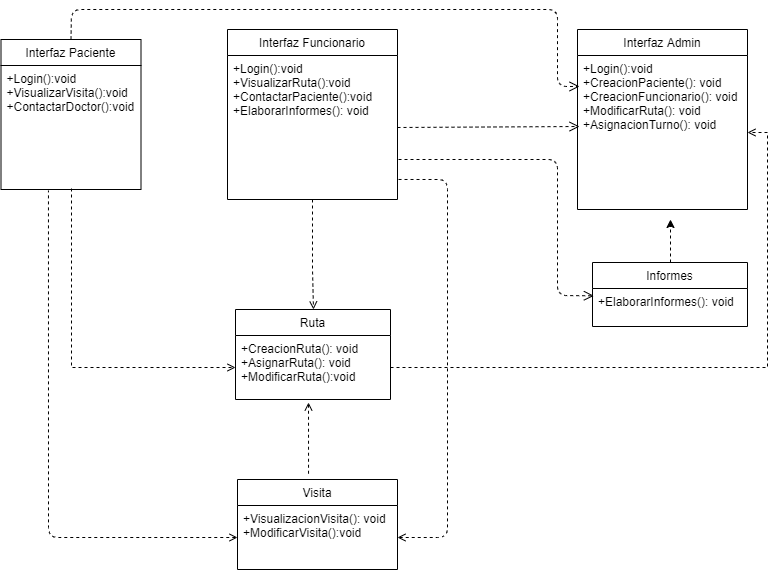
The draw.io diagram Diagramas de clase/DiagramaCompleto.png in DanSotoC/G4HD, before a commit. Source tidied: cells renumbered, new cells last; positions are measured from the earlier drawing's top-left corner, leaving out a move shared by most shapes.
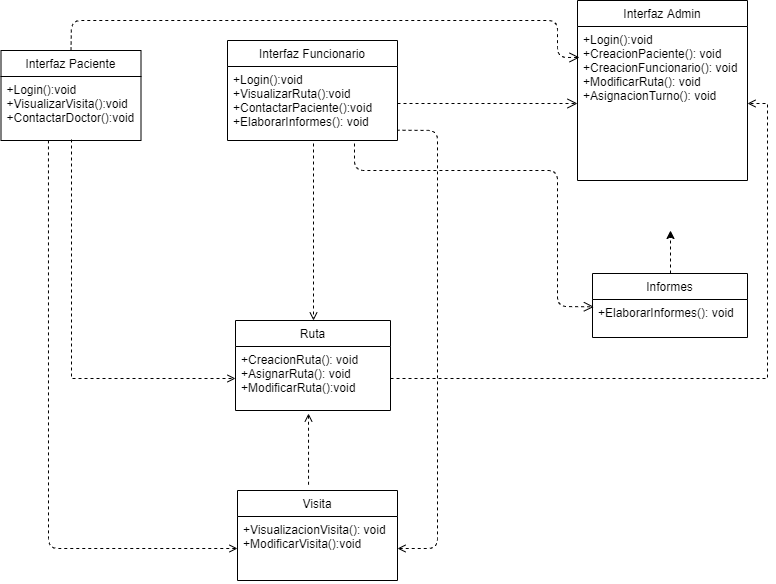
Above is the later version.

The edit, as a diff of the source:
```diff
@@ -3,10 +3,10 @@
     <mxCell id="0" />
     <mxCell id="1" parent="0" />
     <mxCell id="2" value="Interfaz Funcionario" style="swimlane;fontStyle=0;horizontal=1;startSize=26;fillColor=none;" parent="1" vertex="1">
-      <mxGeometry x="226" y="20" width="170" height="170" as="geometry" />
+      <mxGeometry x="226" y="20" width="170" height="100" as="geometry" />
     </mxCell>
     <mxCell id="3" value="+Login():void&#10;+VisualizarRuta():void&#10;+ContactarPaciente():void&#10;+ElaborarInformes(): void" style="text;strokeColor=none;fillColor=none;align=left;verticalAlign=top;spacingLeft=4;spacingRight=4;overflow=hidden;points=[[0,0.5],[1,0.5]];portConstraint=eastwest;" parent="2" vertex="1">
-      <mxGeometry y="26" width="170" height="144" as="geometry" />
+      <mxGeometry y="26" width="170" height="74" as="geometry" />
     </mxCell>
     <mxCell id="4" style="edgeStyle=orthogonalEdgeStyle;rounded=0;jettySize=auto;html=1;exitX=0.5;exitY=0;exitDx=0;exitDy=0;dashed=1;" parent="1" edge="1" source="5">
       <mxGeometry relative="1" as="geometry">
@@ -19,45 +19,44 @@
     <mxCell id="6" value="+ElaborarInformes(): void" style="text;strokeColor=none;fillColor=none;align=left;verticalAlign=top;spacingLeft=4;spacingRight=4;overflow=hidden;points=[[0,0.5],[1,0.5]];portConstraint=eastwest;" parent="5" vertex="1">
       <mxGeometry y="26" width="155" height="38" as="geometry" />
     </mxCell>
-    <mxCell id="7" style="html=1;verticalAlign=bottom;endArrow=open;dashed=1;endSize=8;exitX=1;exitY=0.5;exitDx=0;exitDy=0;entryX=0.012;entryY=0.461;entryDx=0;entryDy=0;entryPerimeter=0;" parent="1" edge="1" source="3" target="9">
+    <mxCell id="7" style="html=1;verticalAlign=bottom;endArrow=open;dashed=1;endSize=8;exitX=1;exitY=0.5;exitDx=0;exitDy=0;entryX=0;entryY=0.5;entryDx=0;entryDy=0;" parent="1" edge="1" source="3" target="9">
       <mxGeometry relative="1" as="geometry" />
     </mxCell>
     <mxCell id="8" value="&#10;Interfaz Admin&#10;" style="swimlane;fontStyle=0;horizontal=1;startSize=26;fillColor=none;" parent="1" vertex="1">
-      <mxGeometry x="576" y="20" width="170" height="180" as="geometry" />
+      <mxGeometry x="576" y="-20" width="170" height="180" as="geometry" />
     </mxCell>
     <mxCell id="9" value="+Login():void&#10;+CreacionPaciente(): void&#10;+CreacionFuncionario(): void&#10;+ModificarRuta(): void&#10;+AsignacionTurno(): void" style="text;strokeColor=none;fillColor=none;align=left;verticalAlign=top;spacingLeft=4;spacingRight=4;overflow=hidden;points=[[0,0.5],[1,0.5]];portConstraint=eastwest;" parent="8" vertex="1">
       <mxGeometry y="26" width="170" height="154" as="geometry" />
     </mxCell>
     <mxCell id="10" value="Interfaz Paciente" style="swimlane;fontStyle=0;horizontal=1;startSize=26;fillColor=none;" parent="1" vertex="1">
-      <mxGeometry x="-0.5" y="30" width="140" height="150" as="geometry" />
+      <mxGeometry x="-0.5" y="30" width="140" height="90" as="geometry" />
     </mxCell>
     <mxCell id="11" value="+Login():void&#10;+VisualizarVisita():void&#10;+ContactarDoctor():void" style="text;strokeColor=none;fillColor=none;align=left;verticalAlign=top;spacingLeft=4;spacingRight=4;overflow=hidden;points=[[0,0.5],[1,0.5]];portConstraint=eastwest;" parent="10" vertex="1">
-      <mxGeometry y="26" width="140" height="124" as="geometry" />
+      <mxGeometry y="26" width="140" height="64" as="geometry" />
     </mxCell>
     <mxCell id="12" style="html=1;verticalAlign=bottom;endArrow=open;dashed=1;endSize=8;exitX=0.5;exitY=0;exitDx=0;exitDy=0;entryX=0.012;entryY=0.201;entryDx=0;entryDy=0;entryPerimeter=0;" parent="1" edge="1" source="10" target="9">
       <mxGeometry relative="1" as="geometry">
         <Array as="points">
           <mxPoint x="70" />
           <mxPoint x="556" />
-          <mxPoint x="556" y="77" />
+          <mxPoint x="556" y="37" />
         </Array>
       </mxGeometry>
     </mxCell>
-    <mxCell id="13" style="html=1;verticalAlign=bottom;endArrow=open;dashed=1;endSize=8;entryX=0.009;entryY=0.193;entryDx=0;entryDy=0;entryPerimeter=0;" parent="1" edge="1" target="6">
+    <mxCell id="13" style="html=1;verticalAlign=bottom;endArrow=open;dashed=1;endSize=8;entryX=0.009;entryY=0.193;entryDx=0;entryDy=0;entryPerimeter=0;exitX=0.747;exitY=1.041;exitDx=0;exitDy=0;exitPerimeter=0;" parent="1" edge="1" source="3" target="6">
       <mxGeometry relative="1" as="geometry">
-        <mxPoint x="397" y="150" as="sourcePoint" />
         <Array as="points">
+          <mxPoint x="353" y="150" />
           <mxPoint x="556" y="150" />
           <mxPoint x="556" y="286" />
         </Array>
       </mxGeometry>
     </mxCell>
-    <mxCell id="14" style="edgeStyle=orthogonalEdgeStyle;rounded=0;jettySize=auto;html=1;dashed=1;endArrow=open;endFill=0;entryX=0.5;entryY=0;entryDx=0;entryDy=0;" parent="1" edge="1" target="15">
+    <mxCell id="14" style="edgeStyle=orthogonalEdgeStyle;rounded=0;jettySize=auto;html=1;dashed=1;endArrow=open;endFill=0;entryX=0.5;entryY=0;entryDx=0;entryDy=0;exitX=0.506;exitY=1.041;exitDx=0;exitDy=0;exitPerimeter=0;" parent="1" edge="1" source="3" target="15">
       <mxGeometry relative="1" as="geometry">
-        <mxPoint x="311" y="190" as="sourcePoint" />
         <Array as="points">
-          <mxPoint x="311" y="260" />
-          <mxPoint x="311" y="260" />
+          <mxPoint x="312" y="260" />
+          <mxPoint x="312" y="260" />
         </Array>
       </mxGeometry>
     </mxCell>
@@ -89,8 +88,8 @@
     <mxCell id="22" style="endArrow=none;dashed=1;html=1;entryX=1;entryY=0.861;entryDx=0;entryDy=0;entryPerimeter=0;exitX=1;exitY=0.5;exitDx=0;exitDy=0;startArrow=open;startFill=0;" parent="1" edge="1" source="20" target="3">
       <mxGeometry relative="1" as="geometry">
         <Array as="points">
-          <mxPoint x="446" y="528" />
-          <mxPoint x="446" y="170" />
+          <mxPoint x="436" y="528" />
+          <mxPoint x="436" y="110" />
         </Array>
       </mxGeometry>
     </mxCell>
```
